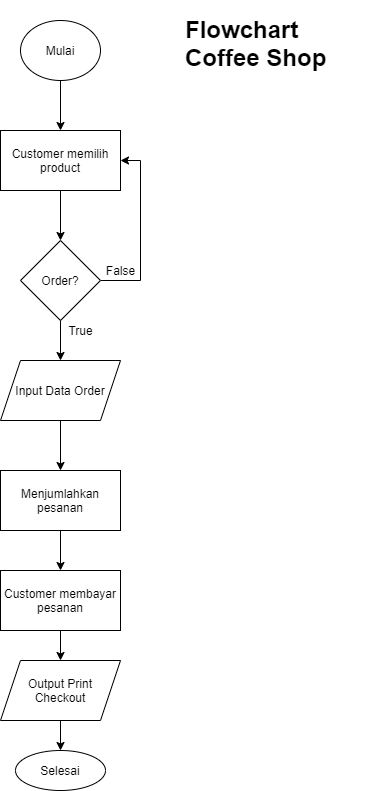
Above: etc/Flowchart-Coffee-shop.png in hasbiak/Express-O-Coffee-Backend (draw.io), before the change. Source tidied: cells renumbered, new cells last; positions are measured from the earlier drawing's top-left corner, leaving out a move shared by most shapes. The source it was exported from:
```xml
<mxGraphModel>
  <root>
    <mxCell id="0" />
    <mxCell id="1" parent="0" />
    <mxCell id="2" style="edgeStyle=orthogonalEdgeStyle;rounded=0;jettySize=auto;html=1;" parent="1" edge="1" source="3" target="5">
      <mxGeometry relative="1" as="geometry" />
    </mxCell>
    <mxCell id="3" value="Mulai" style="ellipse;whiteSpace=wrap;html=1;" parent="1" vertex="1">
      <mxGeometry x="20" y="10" width="80" height="60" as="geometry" />
    </mxCell>
    <mxCell id="4" style="edgeStyle=orthogonalEdgeStyle;rounded=0;jettySize=auto;html=1;entryX=0.5;entryY=0;entryDx=0;entryDy=0;" parent="1" edge="1" source="5" target="8">
      <mxGeometry relative="1" as="geometry" />
    </mxCell>
    <mxCell id="5" value="Customer memilih product" style="rounded=0;whiteSpace=wrap;html=1;" parent="1" vertex="1">
      <mxGeometry y="120" width="120" height="60" as="geometry" />
    </mxCell>
    <mxCell id="6" style="edgeStyle=orthogonalEdgeStyle;rounded=0;jettySize=auto;html=1;entryX=1;entryY=0.5;entryDx=0;entryDy=0;" parent="1" edge="1" source="8" target="5">
      <mxGeometry relative="1" as="geometry">
        <Array as="points">
          <mxPoint x="140" y="270" />
          <mxPoint x="140" y="150" />
        </Array>
      </mxGeometry>
    </mxCell>
    <mxCell id="7" style="edgeStyle=orthogonalEdgeStyle;rounded=0;jettySize=auto;html=1;" parent="1" edge="1" source="8" target="10">
      <mxGeometry relative="1" as="geometry" />
    </mxCell>
    <mxCell id="8" value="Order?" style="rhombus;whiteSpace=wrap;html=1;" parent="1" vertex="1">
      <mxGeometry x="20" y="230" width="80" height="80" as="geometry" />
    </mxCell>
    <mxCell id="9" style="edgeStyle=orthogonalEdgeStyle;rounded=0;jettySize=auto;html=1;entryX=0.5;entryY=0;entryDx=0;entryDy=0;" parent="1" edge="1" source="10" target="12">
      <mxGeometry relative="1" as="geometry" />
    </mxCell>
    <mxCell id="10" value="Input Data Order" style="shape=parallelogram;perimeter=parallelogramPerimeter;whiteSpace=wrap;html=1;fixedSize=1;" parent="1" vertex="1">
      <mxGeometry y="350" width="120" height="60" as="geometry" />
    </mxCell>
    <mxCell id="11" style="edgeStyle=orthogonalEdgeStyle;rounded=0;jettySize=auto;html=1;entryX=0.5;entryY=0;entryDx=0;entryDy=0;" parent="1" edge="1" source="12" target="16">
      <mxGeometry relative="1" as="geometry" />
    </mxCell>
    <mxCell id="12" value="Menjumlahkan pesanan" style="rounded=0;whiteSpace=wrap;html=1;" parent="1" vertex="1">
      <mxGeometry y="460" width="120" height="60" as="geometry" />
    </mxCell>
    <mxCell id="13" style="edgeStyle=orthogonalEdgeStyle;rounded=0;jettySize=auto;html=1;entryX=0.5;entryY=0;entryDx=0;entryDy=0;" parent="1" edge="1" source="14" target="17">
      <mxGeometry relative="1" as="geometry" />
    </mxCell>
    <mxCell id="14" value="Output Print&lt;br&gt;Checkout" style="shape=parallelogram;perimeter=parallelogramPerimeter;whiteSpace=wrap;html=1;fixedSize=1;" parent="1" vertex="1">
      <mxGeometry y="650" width="120" height="60" as="geometry" />
    </mxCell>
    <mxCell id="15" style="edgeStyle=orthogonalEdgeStyle;rounded=0;jettySize=auto;html=1;" parent="1" edge="1" source="16" target="14">
      <mxGeometry relative="1" as="geometry" />
    </mxCell>
    <mxCell id="16" value="Customer membayar pesanan" style="rounded=0;whiteSpace=wrap;html=1;" parent="1" vertex="1">
      <mxGeometry y="560" width="120" height="60" as="geometry" />
    </mxCell>
    <mxCell id="17" value="Selesai" style="ellipse;whiteSpace=wrap;html=1;" parent="1" vertex="1">
      <mxGeometry x="15" y="740" width="90" height="40" as="geometry" />
    </mxCell>
    <mxCell id="18" value="False" style="text;html=1;align=center;verticalAlign=middle;" parent="1" vertex="1">
      <mxGeometry x="95" y="250" width="50" height="20" as="geometry" />
    </mxCell>
    <mxCell id="19" value="True" style="text;html=1;align=center;verticalAlign=middle;" parent="1" vertex="1">
      <mxGeometry x="60" y="310" width="40" height="20" as="geometry" />
    </mxCell>
    <mxCell id="20" value="&lt;h1&gt;Flowchart Coffee Shop&lt;/h1&gt;" style="text;html=1;strokeColor=none;fillColor=none;spacing=5;spacingTop=-20;whiteSpace=wrap;overflow=hidden;rounded=0;" parent="1" vertex="1">
      <mxGeometry x="180" width="190" height="120" as="geometry" />
    </mxCell>
  </root>
</mxGraphModel>
```
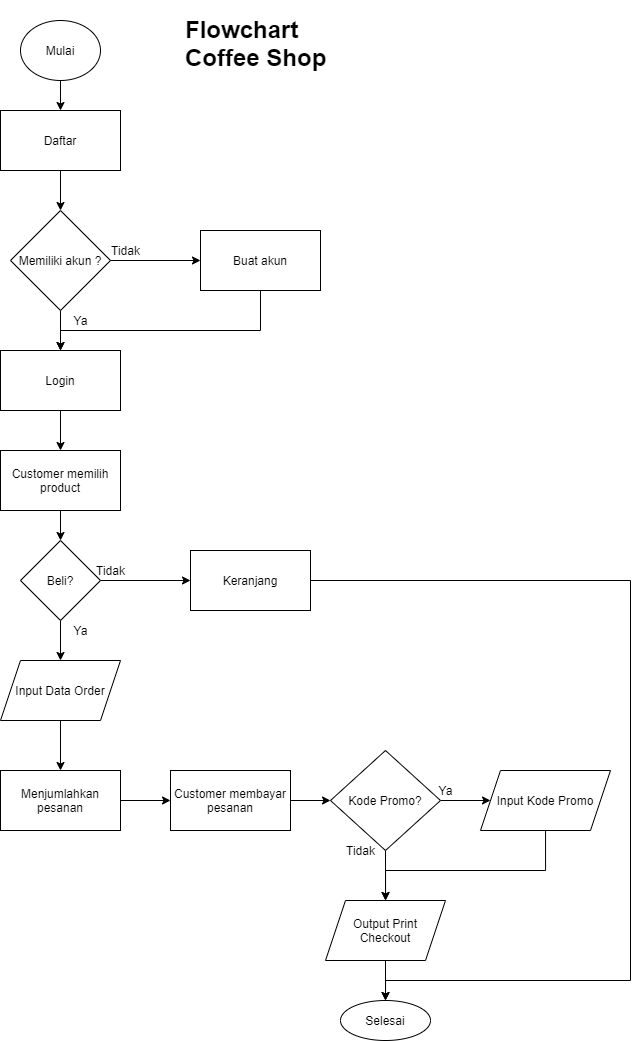
The same file after the commit.

Change to the diagram source:
```diff
@@ -2,9 +2,9 @@
   <root>
     <mxCell id="0" />
     <mxCell id="1" parent="0" />
-    <mxCell id="2" style="edgeStyle=orthogonalEdgeStyle;rounded=0;jettySize=auto;html=1;" parent="1" edge="1" source="3" target="5">
-      <mxGeometry relative="1" as="geometry" />
-    </mxCell>
+    <mxCell id="21" style="edgeStyle=orthogonalEdgeStyle;rounded=0;jettySize=auto;html=1;entryX=0.5;entryY=0;entryDx=0;entryDy=0;" parent="1" edge="1" source="3" target="25">
+      <mxGeometry relative="1" as="geometry" />
+    </mxCell>
     <mxCell id="3" value="Mulai" style="ellipse;whiteSpace=wrap;html=1;" parent="1" vertex="1">
       <mxGeometry x="20" y="10" width="80" height="60" as="geometry" />
     </mxCell>
@@ -12,57 +12,128 @@
       <mxGeometry relative="1" as="geometry" />
     </mxCell>
     <mxCell id="5" value="Customer memilih product" style="rounded=0;whiteSpace=wrap;html=1;" parent="1" vertex="1">
-      <mxGeometry y="120" width="120" height="60" as="geometry" />
+      <mxGeometry y="440" width="120" height="60" as="geometry" />
     </mxCell>
-    <mxCell id="6" style="edgeStyle=orthogonalEdgeStyle;rounded=0;jettySize=auto;html=1;entryX=1;entryY=0.5;entryDx=0;entryDy=0;" parent="1" edge="1" source="8" target="5">
-      <mxGeometry relative="1" as="geometry">
-        <Array as="points">
-          <mxPoint x="140" y="270" />
-          <mxPoint x="140" y="150" />
-        </Array>
-      </mxGeometry>
-    </mxCell>
     <mxCell id="7" style="edgeStyle=orthogonalEdgeStyle;rounded=0;jettySize=auto;html=1;" parent="1" edge="1" source="8" target="10">
       <mxGeometry relative="1" as="geometry" />
     </mxCell>
+    <mxCell id="22" style="edgeStyle=orthogonalEdgeStyle;rounded=0;jettySize=auto;html=1;entryX=0;entryY=0.5;entryDx=0;entryDy=0;" parent="1" edge="1" source="8" target="36">
+      <mxGeometry relative="1" as="geometry" />
+    </mxCell>
-    <mxCell id="8" value="Order?" style="rhombus;whiteSpace=wrap;html=1;" parent="1" vertex="1">
-      <mxGeometry x="20" y="230" width="80" height="80" as="geometry" />
+    <mxCell id="8" value="Beli?" style="rhombus;whiteSpace=wrap;html=1;" parent="1" vertex="1">
+      <mxGeometry x="20" y="530" width="80" height="80" as="geometry" />
     </mxCell>
     <mxCell id="9" style="edgeStyle=orthogonalEdgeStyle;rounded=0;jettySize=auto;html=1;entryX=0.5;entryY=0;entryDx=0;entryDy=0;" parent="1" edge="1" source="10" target="12">
       <mxGeometry relative="1" as="geometry" />
     </mxCell>
     <mxCell id="10" value="Input Data Order" style="shape=parallelogram;perimeter=parallelogramPerimeter;whiteSpace=wrap;html=1;fixedSize=1;" parent="1" vertex="1">
-      <mxGeometry y="350" width="120" height="60" as="geometry" />
+      <mxGeometry y="650" width="120" height="60" as="geometry" />
     </mxCell>
-    <mxCell id="11" style="edgeStyle=orthogonalEdgeStyle;rounded=0;jettySize=auto;html=1;entryX=0.5;entryY=0;entryDx=0;entryDy=0;" parent="1" edge="1" source="12" target="16">
+    <mxCell id="11" style="edgeStyle=orthogonalEdgeStyle;rounded=0;jettySize=auto;html=1;entryX=0;entryY=0.5;entryDx=0;entryDy=0;" parent="1" edge="1" source="12" target="16">
       <mxGeometry relative="1" as="geometry" />
     </mxCell>
     <mxCell id="12" value="Menjumlahkan pesanan" style="rounded=0;whiteSpace=wrap;html=1;" parent="1" vertex="1">
-      <mxGeometry y="460" width="120" height="60" as="geometry" />
+      <mxGeometry y="760" width="120" height="60" as="geometry" />
     </mxCell>
     <mxCell id="13" style="edgeStyle=orthogonalEdgeStyle;rounded=0;jettySize=auto;html=1;entryX=0.5;entryY=0;entryDx=0;entryDy=0;" parent="1" edge="1" source="14" target="17">
       <mxGeometry relative="1" as="geometry" />
     </mxCell>
     <mxCell id="14" value="Output Print&lt;br&gt;Checkout" style="shape=parallelogram;perimeter=parallelogramPerimeter;whiteSpace=wrap;html=1;fixedSize=1;" parent="1" vertex="1">
-      <mxGeometry y="650" width="120" height="60" as="geometry" />
+      <mxGeometry x="325" y="890" width="120" height="60" as="geometry" />
     </mxCell>
-    <mxCell id="15" style="edgeStyle=orthogonalEdgeStyle;rounded=0;jettySize=auto;html=1;" parent="1" edge="1" source="16" target="14">
-      <mxGeometry relative="1" as="geometry" />
-    </mxCell>
+    <mxCell id="23" style="edgeStyle=orthogonalEdgeStyle;rounded=0;jettySize=auto;html=1;" parent="1" edge="1" source="16" target="40">
+      <mxGeometry relative="1" as="geometry" />
+    </mxCell>
     <mxCell id="16" value="Customer membayar pesanan" style="rounded=0;whiteSpace=wrap;html=1;" parent="1" vertex="1">
-      <mxGeometry y="560" width="120" height="60" as="geometry" />
+      <mxGeometry x="170" y="760" width="120" height="60" as="geometry" />
     </mxCell>
     <mxCell id="17" value="Selesai" style="ellipse;whiteSpace=wrap;html=1;" parent="1" vertex="1">
-      <mxGeometry x="15" y="740" width="90" height="40" as="geometry" />
+      <mxGeometry x="340" y="990" width="90" height="40" as="geometry" />
     </mxCell>
-    <mxCell id="18" value="False" style="text;html=1;align=center;verticalAlign=middle;" parent="1" vertex="1">
-      <mxGeometry x="95" y="250" width="50" height="20" as="geometry" />
-    </mxCell>
-    <mxCell id="19" value="True" style="text;html=1;align=center;verticalAlign=middle;" parent="1" vertex="1">
-      <mxGeometry x="60" y="310" width="40" height="20" as="geometry" />
+    <mxCell id="19" value="Ya" style="text;html=1;align=center;verticalAlign=middle;" parent="1" vertex="1">
+      <mxGeometry x="65" y="610" width="30" height="20" as="geometry" />
     </mxCell>
     <mxCell id="20" value="&lt;h1&gt;Flowchart Coffee Shop&lt;/h1&gt;" style="text;html=1;strokeColor=none;fillColor=none;spacing=5;spacingTop=-20;whiteSpace=wrap;overflow=hidden;rounded=0;" parent="1" vertex="1">
       <mxGeometry x="180" width="190" height="120" as="geometry" />
     </mxCell>
+    <mxCell id="24" style="edgeStyle=orthogonalEdgeStyle;rounded=0;jettySize=auto;html=1;entryX=0.5;entryY=0;entryDx=0;entryDy=0;" parent="1" edge="1" source="25" target="28">
+      <mxGeometry relative="1" as="geometry" />
+    </mxCell>
+    <mxCell id="25" value="Daftar" style="rounded=0;whiteSpace=wrap;html=1;" parent="1" vertex="1">
+      <mxGeometry y="100" width="120" height="60" as="geometry" />
+    </mxCell>
+    <mxCell id="26" style="edgeStyle=orthogonalEdgeStyle;rounded=0;jettySize=auto;html=1;entryX=0;entryY=0.5;entryDx=0;entryDy=0;" parent="1" edge="1" source="28" target="32">
+      <mxGeometry relative="1" as="geometry" />
+    </mxCell>
+    <mxCell id="27" style="edgeStyle=orthogonalEdgeStyle;rounded=0;jettySize=auto;html=1;entryX=0.5;entryY=0;entryDx=0;entryDy=0;" parent="1" edge="1" source="28" target="30">
+      <mxGeometry relative="1" as="geometry" />
+    </mxCell>
+    <mxCell id="28" value="Memiliki akun ?" style="rhombus;whiteSpace=wrap;html=1;" parent="1" vertex="1">
+      <mxGeometry x="10" y="200" width="100" height="100" as="geometry" />
+    </mxCell>
+    <mxCell id="29" style="edgeStyle=orthogonalEdgeStyle;rounded=0;jettySize=auto;html=1;" parent="1" edge="1" source="30" target="5">
+      <mxGeometry relative="1" as="geometry" />
+    </mxCell>
+    <mxCell id="30" value="Login" style="rounded=0;whiteSpace=wrap;html=1;" parent="1" vertex="1">
+      <mxGeometry y="340" width="120" height="60" as="geometry" />
+    </mxCell>
+    <mxCell id="31" style="edgeStyle=orthogonalEdgeStyle;rounded=0;jettySize=auto;html=1;entryX=0.5;entryY=0;entryDx=0;entryDy=0;" parent="1" edge="1" source="32" target="30">
+      <mxGeometry relative="1" as="geometry">
+        <Array as="points">
+          <mxPoint x="260" y="320" />
+          <mxPoint x="60" y="320" />
+        </Array>
+      </mxGeometry>
+    </mxCell>
+    <mxCell id="32" value="Buat akun" style="rounded=0;whiteSpace=wrap;html=1;" parent="1" vertex="1">
+      <mxGeometry x="200" y="220" width="120" height="60" as="geometry" />
+    </mxCell>
+    <mxCell id="33" value="Tidak" style="text;html=1;align=center;verticalAlign=middle;" parent="1" vertex="1">
+      <mxGeometry x="105" y="230" width="40" height="20" as="geometry" />
+    </mxCell>
+    <mxCell id="34" value="Ya" style="text;html=1;align=center;verticalAlign=middle;" parent="1" vertex="1">
+      <mxGeometry x="65" y="300" width="30" height="20" as="geometry" />
+    </mxCell>
+    <mxCell id="35" style="edgeStyle=orthogonalEdgeStyle;rounded=0;jettySize=auto;html=1;entryX=0.5;entryY=0;entryDx=0;entryDy=0;" parent="1" edge="1" source="36" target="17">
+      <mxGeometry relative="1" as="geometry">
+        <Array as="points">
+          <mxPoint x="630" y="570" />
+          <mxPoint x="630" y="970" />
+          <mxPoint x="385" y="970" />
+        </Array>
+      </mxGeometry>
+    </mxCell>
+    <mxCell id="36" value="Keranjang" style="rounded=0;whiteSpace=wrap;html=1;" parent="1" vertex="1">
+      <mxGeometry x="190" y="540" width="120" height="60" as="geometry" />
+    </mxCell>
+    <mxCell id="37" value="Tidak" style="text;html=1;align=center;verticalAlign=middle;" parent="1" vertex="1">
+      <mxGeometry x="90" y="550" width="40" height="20" as="geometry" />
+    </mxCell>
+    <mxCell id="38" style="edgeStyle=orthogonalEdgeStyle;rounded=0;jettySize=auto;html=1;" parent="1" edge="1" source="40" target="14">
+      <mxGeometry relative="1" as="geometry" />
+    </mxCell>
+    <mxCell id="39" style="edgeStyle=orthogonalEdgeStyle;rounded=0;jettySize=auto;html=1;entryX=0;entryY=0.5;entryDx=0;entryDy=0;" parent="1" edge="1" source="40" target="43">
+      <mxGeometry relative="1" as="geometry" />
+    </mxCell>
+    <mxCell id="40" value="Kode Promo?" style="rhombus;whiteSpace=wrap;html=1;" parent="1" vertex="1">
+      <mxGeometry x="330" y="740" width="110" height="100" as="geometry" />
+    </mxCell>
+    <mxCell id="41" value="Tidak" style="text;html=1;align=center;verticalAlign=middle;" parent="1" vertex="1">
+      <mxGeometry x="340" y="830" width="40" height="20" as="geometry" />
+    </mxCell>
+    <mxCell id="42" style="edgeStyle=orthogonalEdgeStyle;rounded=0;jettySize=auto;html=1;" parent="1" edge="1" source="43" target="14">
+      <mxGeometry relative="1" as="geometry">
+        <Array as="points">
+          <mxPoint x="545" y="860" />
+          <mxPoint x="385" y="860" />
+        </Array>
+      </mxGeometry>
+    </mxCell>
+    <mxCell id="43" value="Input Kode Promo" style="shape=parallelogram;perimeter=parallelogramPerimeter;whiteSpace=wrap;html=1;fixedSize=1;" parent="1" vertex="1">
+      <mxGeometry x="480" y="760" width="130" height="60" as="geometry" />
+    </mxCell>
+    <mxCell id="44" value="Ya" style="text;html=1;align=center;verticalAlign=middle;" parent="1" vertex="1">
+      <mxGeometry x="430" y="770" width="30" height="20" as="geometry" />
+    </mxCell>
   </root>
 </mxGraphModel>
```
